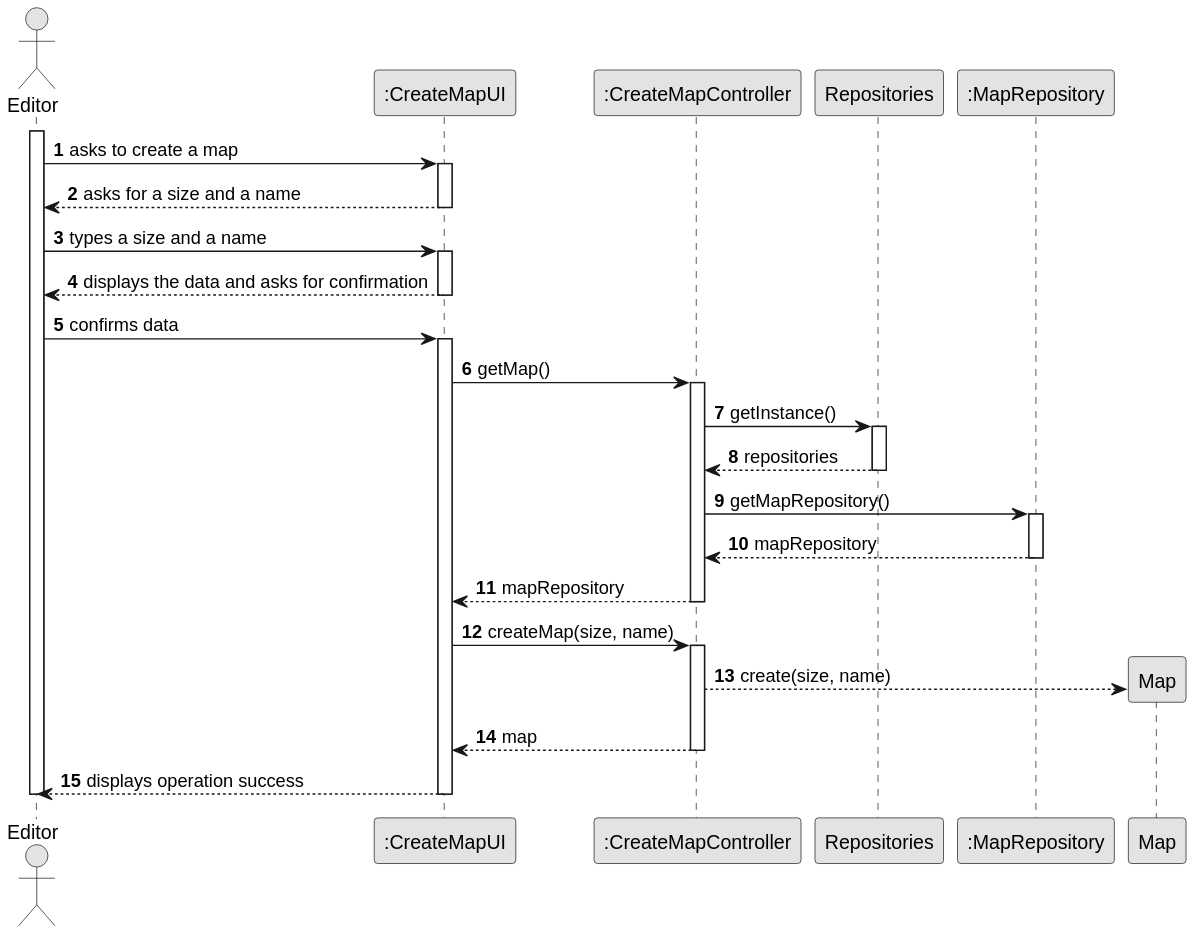
1240935/pi2-railway-simulator keeps this PlantUML diagram as Sprint2/US001/03.design/svg/US001-SD-full.svg. Above is the earlier version. Source of this version:
```plantuml
@startuml
skinparam monochrome true
skinparam packageStyle rectangle
skinparam shadowing false

autonumber


    actor "Editor" as EDITOR
    participant ":CreateMapUI" as UI
    participant ":CreateMapController" as CTRL
    participant "Repositories" as REPOS
    participant ":MapRepository" as MAP_REPO
    participant "Map" as MAP

    activate EDITOR

        EDITOR -> UI : asks to create a map
        activate UI

            UI --> EDITOR : asks for a size and a name
        deactivate UI

        EDITOR -> UI :  types a size and a name
        activate UI
            UI --> EDITOR : displays the data and asks for confirmation
        deactivate UI

        EDITOR -> UI : confirms data
        activate UI

         UI -> CTRL : getMap()
                    activate CTRL
                        CTRL -> REPOS : getInstance()
                        activate REPOS
                            REPOS --> CTRL: repositories
                        deactivate REPOS
                        CTRL -> MAP_REPO : getMapRepository()
                                        activate MAP_REPO
                                            MAP_REPO --> CTRL: mapRepository
                                        deactivate MAP_REPO
                                        CTRL --> UI : mapRepository
                                        deactivate CTRL



            UI -> CTRL : createMap(size, name)
            activate CTRL
                CTRL --> MAP**: create(size, name)

                CTRL --> UI : map
                deactivate CTRL
            UI --> EDITOR : displays operation success
        deactivate UI

    deactivate EDITOR
    @enduml
```
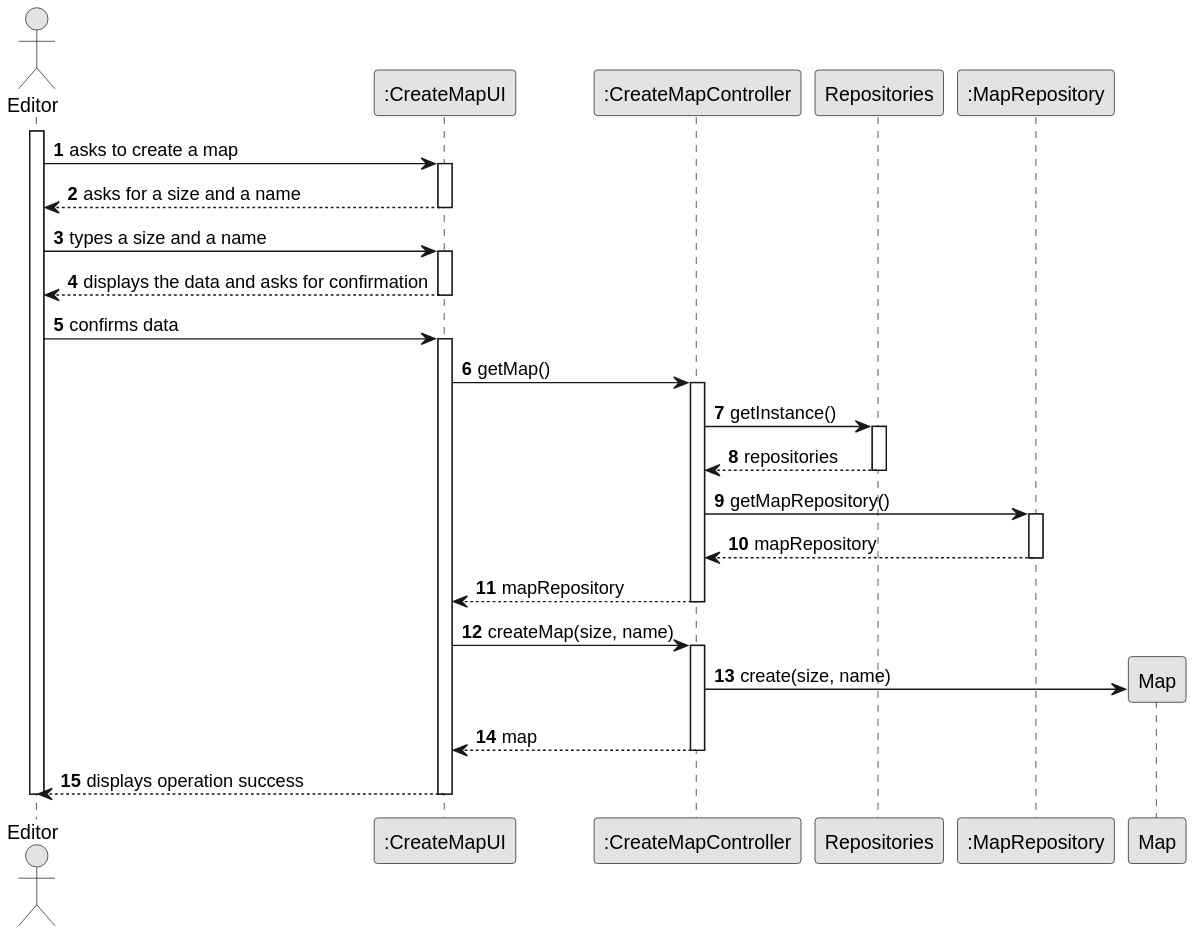
The same file after the commit.

What changed in the source:
```diff
@@ -46,7 +46,7 @@
 
             UI -> CTRL : createMap(size, name)
             activate CTRL
-                CTRL --> MAP**: create(size, name)
+                CTRL -> MAP**: create(size, name)
 
                 CTRL --> UI : map
                 deactivate CTRL
```
